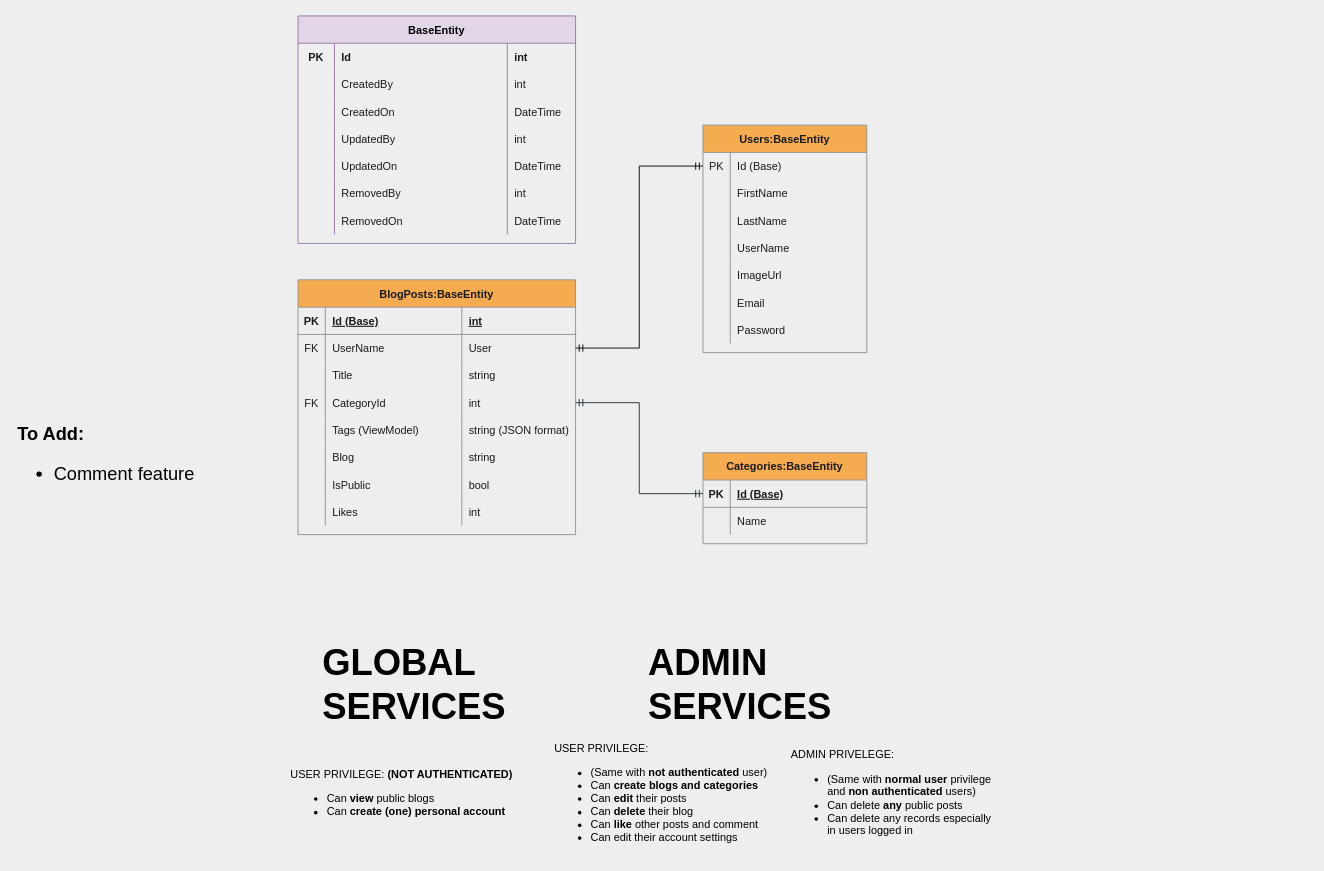
Before: BlogPost.drawio in genebit/draw.io-diagrams, a draw.io diagram. Source tidied: cells renumbered, new cells numbered last; positions are measured from the earlier drawing's top-left corner, leaving out a move shared by most shapes. Both pictures are drawn from the tidied source at 91%, with x=0, y=0 at pixel (15, 15).
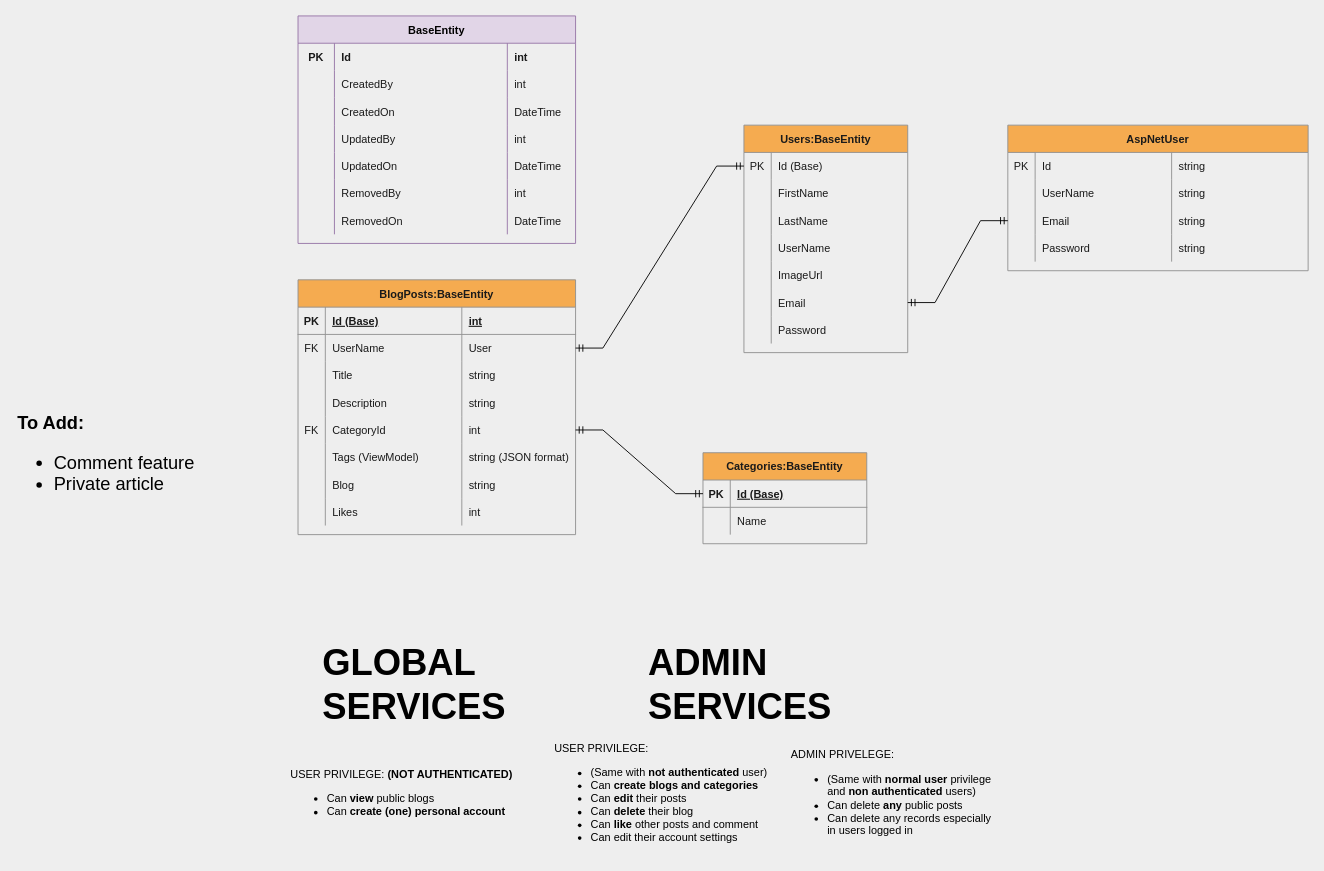
The same diagram, later.

Unchanged cells that the change refers to:
```xml
<mxCell id="2" value="BlogPosts:BaseEntity" style="shape=table;startSize=30;childLayout=tableLayout;rowLines=0;fontStyle=1;align=center;fillColor=#F5AB50;strokeColor=#909090;fontColor=#1A1A1A;" parent="1" vertex="1">
  <mxGeometry x="310" y="290" width="305" height="280" as="geometry" />
</mxCell>
<mxCell id="7" style="shape=tableRow;horizontal=0;startSize=0;swimlaneHead=0;swimlaneBody=0;fillColor=none;points=[[0,0.5],[1,0.5]];portConstraint=eastwest;top=0;left=0;right=0;bottom=0;strokeColor=#909090;fontColor=#1A1A1A;" parent="2" vertex="1">
  <mxGeometry y="60" width="305" height="30" as="geometry" />
</mxCell>
<mxCell id="36" style="shape=tableRow;horizontal=0;startSize=0;swimlaneHead=0;swimlaneBody=0;fillColor=none;points=[[0,0.5],[1,0.5]];portConstraint=eastwest;top=0;left=0;right=0;bottom=0;strokeColor=#909090;fontColor=#1A1A1A;" parent="35" vertex="1">
  <mxGeometry y="30" width="180" height="30" as="geometry" />
</mxCell>
<mxCell id="51" style="shape=tableRow;horizontal=0;startSize=0;swimlaneHead=0;swimlaneBody=0;fillColor=none;points=[[0,0.5],[1,0.5]];portConstraint=eastwest;top=0;left=0;right=0;bottom=0;strokeColor=#909090;fontColor=#1A1A1A;" parent="35" vertex="1">
  <mxGeometry y="180" width="180" height="30" as="geometry" />
</mxCell>
<mxCell id="58" style="shape=tableRow;horizontal=0;startSize=0;swimlaneHead=0;swimlaneBody=0;fillColor=none;points=[[0,0.5],[1,0.5]];portConstraint=eastwest;top=0;left=0;right=0;bottom=1;strokeColor=#909090;fontColor=#1A1A1A;" parent="57" vertex="1">
  <mxGeometry y="30" width="180" height="30" as="geometry" />
</mxCell>
```

Diff of the diagram source:
```diff
@@
+    <mxCell id="101" style="shape=tableRow;horizontal=0;startSize=0;swimlaneHead=0;swimlaneBody=0;fillColor=none;top=0;left=0;right=0;bottom=0;strokeColor=#909090;fontColor=#1A1A1A;" parent="2" vertex="1">
+      <mxGeometry y="120" width="305" height="30" as="geometry" />
+    </mxCell>
+    <mxCell id="102" style="shape=partialRectangle;fillColor=none;top=0;left=0;bottom=0;right=0;overflow=hidden;strokeColor=#909090;fontColor=#1A1A1A;" parent="101" vertex="1">
+      <mxGeometry width="30" height="30" as="geometry" />
+    </mxCell>
+    <mxCell id="103" value="Description" style="shape=partialRectangle;fillColor=none;top=0;left=0;bottom=0;right=0;align=left;spacingLeft=6;overflow=hidden;strokeColor=#909090;fontColor=#1A1A1A;" parent="101" vertex="1">
+      <mxGeometry x="30" width="150" height="30" as="geometry" />
+    </mxCell>
+    <mxCell id="104" value="string" style="shape=partialRectangle;fillColor=none;top=0;left=0;bottom=0;right=0;align=left;spacingLeft=6;overflow=hidden;strokeColor=#909090;fontColor=#1A1A1A;" parent="101" vertex="1">
+      <mxGeometry x="180" width="125" height="30" as="geometry" />
+    </mxCell>
     <mxCell id="15" style="shape=tableRow;horizontal=0;startSize=0;swimlaneHead=0;swimlaneBody=0;fillColor=none;points=[[0,0.5],[1,0.5]];portConstraint=eastwest;top=0;left=0;right=0;bottom=0;strokeColor=#909090;fontColor=#1A1A1A;" parent="2" vertex="1">
-      <mxGeometry y="120" width="305" height="30" as="geometry" />
+      <mxGeometry y="150" width="305" height="30" as="geometry" />
     </mxCell>
@@
     <mxCell id="19" style="shape=tableRow;horizontal=0;startSize=0;swimlaneHead=0;swimlaneBody=0;fillColor=none;top=0;left=0;right=0;bottom=0;strokeColor=#909090;fontColor=#1A1A1A;" parent="2" vertex="1">
-      <mxGeometry y="150" width="305" height="30" as="geometry" />
+      <mxGeometry y="180" width="305" height="30" as="geometry" />
     </mxCell>
@@
     <mxCell id="23" style="shape=tableRow;horizontal=0;startSize=0;swimlaneHead=0;swimlaneBody=0;fillColor=none;top=0;left=0;right=0;bottom=0;strokeColor=#909090;fontColor=#1A1A1A;" parent="2" vertex="1">
-      <mxGeometry y="180" width="305" height="30" as="geometry" />
+      <mxGeometry y="210" width="305" height="30" as="geometry" />
     </mxCell>
@@
-    <mxCell id="27" style="shape=tableRow;horizontal=0;startSize=0;swimlaneHead=0;swimlaneBody=0;fillColor=none;top=0;left=0;right=0;bottom=0;strokeColor=#909090;fontColor=#1A1A1A;" parent="2" vertex="1">
-      <mxGeometry y="210" width="305" height="30" as="geometry" />
-    </mxCell>
-    <mxCell id="28" style="shape=partialRectangle;fillColor=none;top=0;left=0;bottom=0;right=0;overflow=hidden;strokeColor=#909090;fontColor=#1A1A1A;" parent="27" vertex="1">
-      <mxGeometry width="30" height="30" as="geometry" />
-    </mxCell>
-    <mxCell id="29" value="IsPublic" style="shape=partialRectangle;fillColor=none;top=0;left=0;bottom=0;right=0;align=left;spacingLeft=6;overflow=hidden;strokeColor=#909090;fontColor=#1A1A1A;" parent="27" vertex="1">
-      <mxGeometry x="30" width="150" height="30" as="geometry" />
-    </mxCell>
-    <mxCell id="30" value="bool" style="shape=partialRectangle;fillColor=none;top=0;left=0;bottom=0;right=0;align=left;spacingLeft=6;overflow=hidden;strokeColor=#909090;fontColor=#1A1A1A;" parent="27" vertex="1">
-      <mxGeometry x="180" width="125" height="30" as="geometry" />
-    </mxCell>
@@
     <mxCell id="35" value="Users:BaseEntity" style="shape=table;startSize=30;childLayout=tableLayout;rowLines=0;fontStyle=1;align=center;fillColor=#F5AB50;strokeColor=#909090;fontColor=#1A1A1A;" parent="1" vertex="1">
-      <mxGeometry x="755" y="120" width="180" height="250" as="geometry" />
+      <mxGeometry x="800" y="120" width="180" height="250" as="geometry" />
     </mxCell>
@@
-    <mxCell id="64" style="edgeStyle=orthogonalEdgeStyle;rounded=0;jettySize=auto;html=1;entryX=0;entryY=0.5;entryDx=0;entryDy=0;endArrow=ERmandOne;endFill=0;startArrow=ERmandOne;startFill=0;labelBackgroundColor=#EEEEEE;strokeColor=#182E3E;fontColor=#1A1A1A;" parent="1" edge="1" source="15" target="58">
-      <mxGeometry relative="1" as="geometry" />
-    </mxCell>
@@
-    <mxCell id="97" style="edgeStyle=orthogonalEdgeStyle;rounded=0;jettySize=auto;html=1;entryX=1;entryY=0.5;entryDx=0;entryDy=0;endArrow=ERmandOne;endFill=0;startArrow=ERmandOne;startFill=0;" parent="1" edge="1" source="36" target="7">
-      <mxGeometry relative="1" as="geometry" />
-    </mxCell>
-    <mxCell id="98" value="&lt;b style=&quot;font-size: 20px;&quot;&gt;To Add:&lt;/b&gt;&lt;br style=&quot;font-size: 20px;&quot;&gt;&lt;ul style=&quot;font-size: 20px;&quot;&gt;&lt;li style=&quot;font-size: 20px;&quot;&gt;Comment feature&lt;/li&gt;&lt;/ul&gt;" style="text;html=1;strokeColor=none;fillColor=none;align=left;verticalAlign=middle;whiteSpace=wrap;rounded=0;fontSize=20;" parent="1" vertex="1">
+    <mxCell id="98" value="&lt;b style=&quot;font-size: 20px;&quot;&gt;To Add:&lt;/b&gt;&lt;br style=&quot;font-size: 20px;&quot;&gt;&lt;ul style=&quot;font-size: 20px;&quot;&gt;&lt;li style=&quot;font-size: 20px;&quot;&gt;Comment feature&lt;/li&gt;&lt;li style=&quot;font-size: 20px;&quot;&gt;Private article&lt;/li&gt;&lt;/ul&gt;" style="text;html=1;strokeColor=none;fillColor=none;align=left;verticalAlign=middle;whiteSpace=wrap;rounded=0;fontSize=20;" parent="1" vertex="1">
       <mxGeometry y="440" width="270" height="100" as="geometry" />
     </mxCell>
@@
+    <mxCell id="105" value="AspNetUser" style="shape=table;startSize=30;childLayout=tableLayout;rowLines=0;fontStyle=1;align=center;fillColor=#F5AB50;strokeColor=#909090;fontColor=#1A1A1A;" parent="1" vertex="1">
+      <mxGeometry x="1090" y="120" width="330" height="160" as="geometry" />
+    </mxCell>
+    <mxCell id="106" style="shape=tableRow;horizontal=0;startSize=0;swimlaneHead=0;swimlaneBody=0;fillColor=none;top=0;left=0;right=0;bottom=0;strokeColor=#909090;fontColor=#1A1A1A;" parent="105" vertex="1">
+      <mxGeometry y="30" width="330" height="30" as="geometry" />
+    </mxCell>
+    <mxCell id="107" value="PK" style="shape=partialRectangle;fillColor=none;top=0;left=0;bottom=0;right=0;overflow=hidden;strokeColor=#909090;fontColor=#1A1A1A;" parent="106" vertex="1">
+      <mxGeometry width="30" height="30" as="geometry" />
+    </mxCell>
+    <mxCell id="108" value="Id" style="shape=partialRectangle;fillColor=none;top=0;left=0;bottom=0;right=0;align=left;spacingLeft=6;overflow=hidden;strokeColor=#909090;fontColor=#1A1A1A;" parent="106" vertex="1">
+      <mxGeometry x="30" width="150" height="30" as="geometry" />
+    </mxCell>
+    <mxCell id="109" value="string" style="shape=partialRectangle;fillColor=none;top=0;left=0;bottom=0;right=0;align=left;spacingLeft=6;overflow=hidden;strokeColor=#909090;fontColor=#1A1A1A;" parent="106" vertex="1">
+      <mxGeometry x="180" width="150" height="30" as="geometry" />
+    </mxCell>
+    <mxCell id="110" style="shape=tableRow;horizontal=0;startSize=0;swimlaneHead=0;swimlaneBody=0;fillColor=none;top=0;left=0;right=0;bottom=0;strokeColor=#909090;fontColor=#1A1A1A;" parent="105" vertex="1">
+      <mxGeometry y="60" width="330" height="30" as="geometry" />
+    </mxCell>
+    <mxCell id="111" style="shape=partialRectangle;fillColor=none;top=0;left=0;bottom=0;right=0;overflow=hidden;strokeColor=#909090;fontColor=#1A1A1A;" parent="110" vertex="1">
+      <mxGeometry width="30" height="30" as="geometry" />
+    </mxCell>
+    <mxCell id="112" value="UserName" style="shape=partialRectangle;fillColor=none;top=0;left=0;bottom=0;right=0;align=left;spacingLeft=6;overflow=hidden;strokeColor=#909090;fontColor=#1A1A1A;" parent="110" vertex="1">
+      <mxGeometry x="30" width="150" height="30" as="geometry" />
+    </mxCell>
+    <mxCell id="113" value="string" style="shape=partialRectangle;fillColor=none;top=0;left=0;bottom=0;right=0;align=left;spacingLeft=6;overflow=hidden;strokeColor=#909090;fontColor=#1A1A1A;" parent="110" vertex="1">
+      <mxGeometry x="180" width="150" height="30" as="geometry" />
+    </mxCell>
+    <mxCell id="114" style="shape=tableRow;horizontal=0;startSize=0;swimlaneHead=0;swimlaneBody=0;fillColor=none;points=[[0,0.5],[1,0.5]];portConstraint=eastwest;top=0;left=0;right=0;bottom=0;strokeColor=#909090;fontColor=#1A1A1A;" parent="105" vertex="1">
+      <mxGeometry y="90" width="330" height="30" as="geometry" />
+    </mxCell>
+    <mxCell id="115" style="shape=partialRectangle;fillColor=none;top=0;left=0;bottom=0;right=0;overflow=hidden;strokeColor=#909090;fontColor=#1A1A1A;" parent="114" vertex="1">
+      <mxGeometry width="30" height="30" as="geometry" />
+    </mxCell>
+    <mxCell id="116" value="Email" style="shape=partialRectangle;fillColor=none;top=0;left=0;bottom=0;right=0;align=left;spacingLeft=6;overflow=hidden;strokeColor=#909090;fontColor=#1A1A1A;" parent="114" vertex="1">
+      <mxGeometry x="30" width="150" height="30" as="geometry" />
+    </mxCell>
+    <mxCell id="117" value="string" style="shape=partialRectangle;fillColor=none;top=0;left=0;bottom=0;right=0;align=left;spacingLeft=6;overflow=hidden;strokeColor=#909090;fontColor=#1A1A1A;" parent="114" vertex="1">
+      <mxGeometry x="180" width="150" height="30" as="geometry" />
+    </mxCell>
+    <mxCell id="118" style="shape=tableRow;horizontal=0;startSize=0;swimlaneHead=0;swimlaneBody=0;fillColor=none;top=0;left=0;right=0;bottom=0;strokeColor=#909090;fontColor=#1A1A1A;" parent="105" vertex="1">
+      <mxGeometry y="120" width="330" height="30" as="geometry" />
+    </mxCell>
+    <mxCell id="119" style="shape=partialRectangle;fillColor=none;top=0;left=0;bottom=0;right=0;overflow=hidden;strokeColor=#909090;fontColor=#1A1A1A;" parent="118" vertex="1">
+      <mxGeometry width="30" height="30" as="geometry" />
+    </mxCell>
+    <mxCell id="120" value="Password" style="shape=partialRectangle;fillColor=none;top=0;left=0;bottom=0;right=0;align=left;spacingLeft=6;overflow=hidden;strokeColor=#909090;fontColor=#1A1A1A;" parent="118" vertex="1">
+      <mxGeometry x="30" width="150" height="30" as="geometry" />
+    </mxCell>
+    <mxCell id="121" value="string" style="shape=partialRectangle;fillColor=none;top=0;left=0;bottom=0;right=0;align=left;spacingLeft=6;overflow=hidden;strokeColor=#909090;fontColor=#1A1A1A;" parent="118" vertex="1">
+      <mxGeometry x="180" width="150" height="30" as="geometry" />
+    </mxCell>
+    <mxCell id="122" style="edgeStyle=entityRelationEdgeStyle;fontSize=12;html=1;endArrow=ERmandOne;startArrow=ERmandOne;rounded=0;exitX=1;exitY=0.5;exitDx=0;exitDy=0;entryX=0;entryY=0.5;entryDx=0;entryDy=0;" parent="1" edge="1" source="51" target="114">
+      <mxGeometry relative="1" as="geometry" />
+    </mxCell>
+    <mxCell id="123" style="edgeStyle=entityRelationEdgeStyle;fontSize=12;html=1;endArrow=ERmandOne;startArrow=ERmandOne;rounded=0;" parent="1" edge="1" source="7" target="36">
+      <mxGeometry relative="1" as="geometry" />
+    </mxCell>
+    <mxCell id="64" style="edgeStyle=entityRelationEdgeStyle;fontSize=12;html=1;endArrow=ERmandOne;startArrow=ERmandOne;rounded=0;exitX=1;exitY=0.5;exitDx=0;exitDy=0;entryX=0;entryY=0.5;entryDx=0;entryDy=0;" parent="1" edge="1" source="15" target="58">
+      <mxGeometry relative="1" as="geometry" />
+    </mxCell>
```
